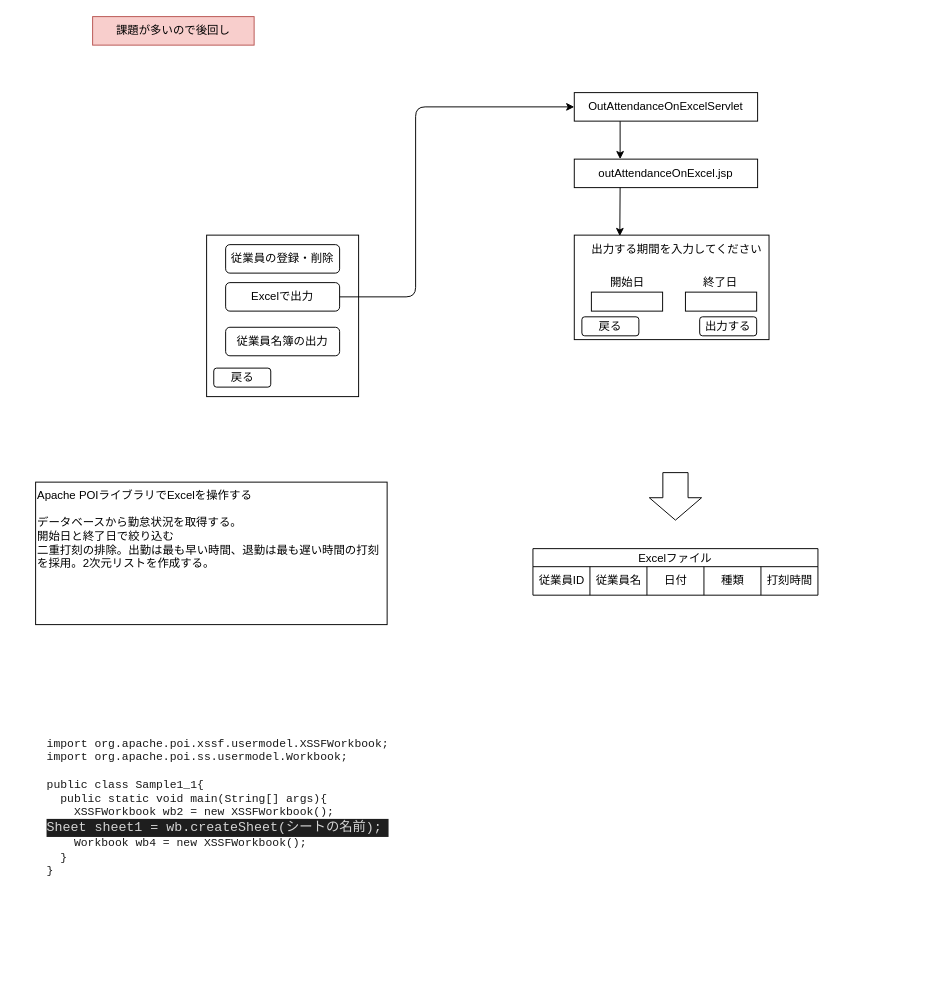
Above: page "Excel出力機能" (8 of 8) of ドキュメント/制作物案.drawio in Kura-Hiroshi/Attendance_webapp (draw.io), before the change. Source tidied: cells renumbered, new cells numbered last; positions are measured from the earlier drawing's top-left corner, leaving out a move shared by most shapes. Both pictures are drawn from the tidied source at 95%, with x=0, y=0 at pixel (35, 16).
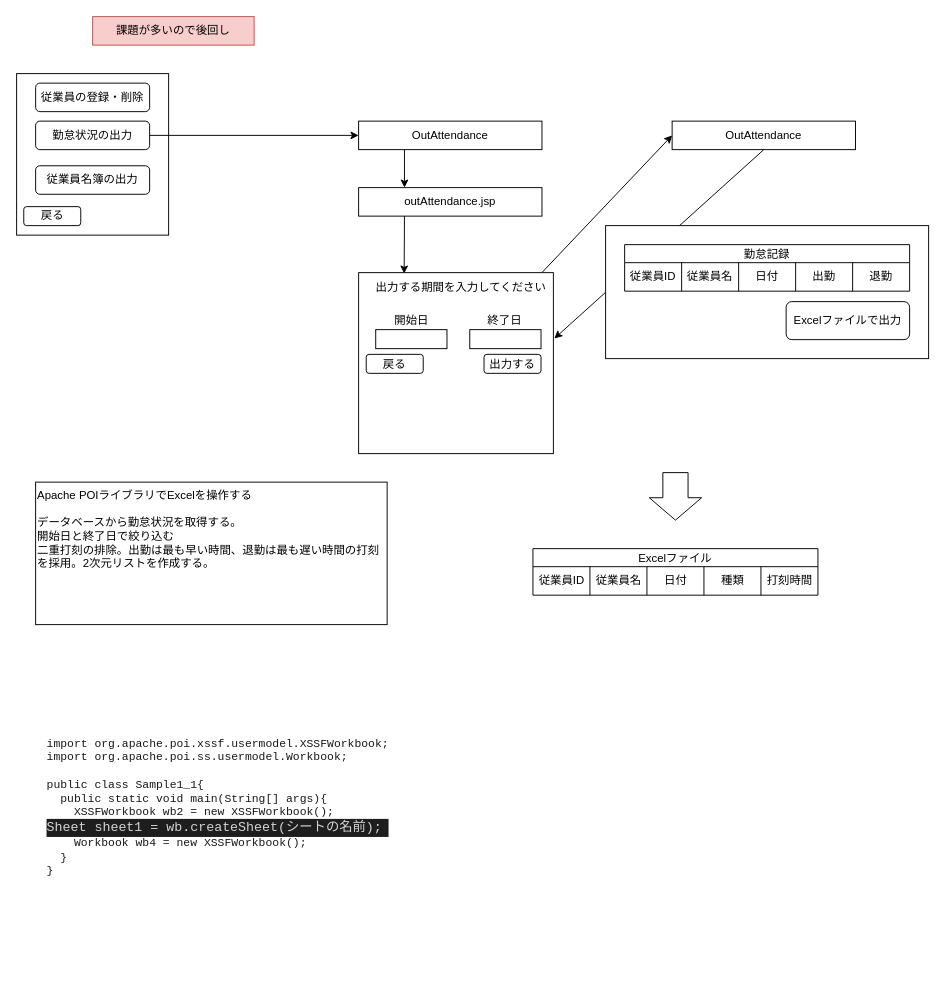
The same page after the edit.

The edit, as a diff of the source:
```diff
@@
-    <mxCell id="10" style="group;" parent="1" vertex="1">
-      <mxGeometry x="567" y="230" width="213" height="110" as="geometry" />
-    </mxCell>
-    <mxCell id="11" style="rounded=0;whiteSpace=wrap;html=1;" parent="10" vertex="1">
-      <mxGeometry width="205" height="110" as="geometry" />
-    </mxCell>
-    <mxCell id="12" value="出力する期間を入力してください" style="text;html=1;align=center;verticalAlign=middle;whiteSpace=wrap;rounded=0;" parent="10" vertex="1">
-      <mxGeometry x="3" width="210" height="30" as="geometry" />
-    </mxCell>
-    <mxCell id="13" style="rounded=0;whiteSpace=wrap;html=1;" parent="10" vertex="1">
-      <mxGeometry x="18" y="60" width="75" height="20" as="geometry" />
-    </mxCell>
-    <mxCell id="14" style="rounded=0;whiteSpace=wrap;html=1;" parent="10" vertex="1">
-      <mxGeometry x="117" y="60" width="75" height="20" as="geometry" />
-    </mxCell>
-    <mxCell id="15" value="開始日" style="text;html=1;align=center;verticalAlign=middle;whiteSpace=wrap;rounded=0;" parent="10" vertex="1">
-      <mxGeometry x="25.5" y="40" width="60" height="20" as="geometry" />
-    </mxCell>
-    <mxCell id="16" value="終了日" style="text;html=1;align=center;verticalAlign=middle;whiteSpace=wrap;rounded=0;" parent="10" vertex="1">
-      <mxGeometry x="123.5" y="40" width="60" height="20" as="geometry" />
-    </mxCell>
-    <mxCell id="17" value="出力する" style="rounded=1;whiteSpace=wrap;html=1;" parent="10" vertex="1">
-      <mxGeometry x="132" y="86" width="60" height="20" as="geometry" />
-    </mxCell>
-    <mxCell id="18" value="戻る" style="rounded=1;whiteSpace=wrap;html=1;" parent="10" vertex="1">
-      <mxGeometry x="8" y="86" width="60" height="20" as="geometry" />
-    </mxCell>
     <mxCell id="19" style="group;" parent="1" vertex="1">
-      <mxGeometry x="180" y="230" width="160" height="170" as="geometry" />
+      <mxGeometry x="-20" y="60" width="160" height="170" as="geometry" />
     </mxCell>
@@
-    <mxCell id="22" value="Excelで出力" style="rounded=1;whiteSpace=wrap;html=1;" parent="19" vertex="1">
+    <mxCell id="22" value="勤怠状況の出力" style="rounded=1;whiteSpace=wrap;html=1;" parent="19" vertex="1">
       <mxGeometry x="20" y="50" width="120" height="30" as="geometry" />
     </mxCell>
@@
-    <mxCell id="26" value="OutAttendanceOnExcelServlet" style="rounded=0;whiteSpace=wrap;html=1;" parent="1" vertex="1">
-      <mxGeometry x="567" y="80" width="193" height="30" as="geometry" />
+    <mxCell id="26" value="OutAttendance" style="rounded=0;whiteSpace=wrap;html=1;" parent="1" vertex="1">
+      <mxGeometry x="340" y="110" width="193" height="30" as="geometry" />
     </mxCell>
-    <mxCell id="27" value="outAttendanceOnExcel.jsp" style="rounded=0;whiteSpace=wrap;html=1;" parent="1" vertex="1">
-      <mxGeometry x="567" y="150" width="193" height="30" as="geometry" />
+    <mxCell id="27" value="outAttendance.jsp" style="rounded=0;whiteSpace=wrap;html=1;" parent="1" vertex="1">
+      <mxGeometry x="340" y="180" width="193" height="30" as="geometry" />
     </mxCell>
@@
-    <mxCell id="29" style="edgeStyle=none;html=1;exitX=1;exitY=0.5;exitDx=0;exitDy=0;entryX=0;entryY=0.5;entryDx=0;entryDy=0;" parent="1" edge="1" source="22" target="26">
-      <mxGeometry relative="1" as="geometry">
-        <Array as="points">
-          <mxPoint x="400" y="295" />
-          <mxPoint x="400" y="95" />
-        </Array>
-      </mxGeometry>
-    </mxCell>
@@
+    <mxCell id="29" style="edgeStyle=none;html=1;exitX=1;exitY=0.5;exitDx=0;exitDy=0;entryX=0;entryY=0.5;entryDx=0;entryDy=0;" parent="1" edge="1" source="22" target="26">
+      <mxGeometry relative="1" as="geometry" />
+    </mxCell>
+    <mxCell id="33" style="edgeStyle=none;html=1;entryX=0;entryY=0.5;entryDx=0;entryDy=0;" parent="1" edge="1" source="11" target="35">
+      <mxGeometry relative="1" as="geometry" />
+    </mxCell>
+    <mxCell id="34" style="edgeStyle=none;html=1;exitX=0.5;exitY=1;exitDx=0;exitDy=0;entryX=1.005;entryY=0.364;entryDx=0;entryDy=0;entryPerimeter=0;" parent="1" edge="1" source="35" target="11">
+      <mxGeometry relative="1" as="geometry" />
+    </mxCell>
+    <mxCell id="35" value="OutAttendance" style="rounded=0;whiteSpace=wrap;html=1;" parent="1" vertex="1">
+      <mxGeometry x="670" y="110" width="193" height="30" as="geometry" />
+    </mxCell>
+    <mxCell id="11" style="rounded=0;whiteSpace=wrap;html=1;" parent="1" vertex="1">
+      <mxGeometry x="340" y="269.5" width="205" height="190.5" as="geometry" />
+    </mxCell>
+    <mxCell id="12" value="出力する期間を入力してください" style="text;html=1;align=center;verticalAlign=middle;whiteSpace=wrap;rounded=0;" parent="1" vertex="1">
+      <mxGeometry x="343" y="269.5" width="210" height="30" as="geometry" />
+    </mxCell>
+    <mxCell id="13" style="rounded=0;whiteSpace=wrap;html=1;" parent="1" vertex="1">
+      <mxGeometry x="358" y="329.5" width="75" height="20" as="geometry" />
+    </mxCell>
+    <mxCell id="14" style="rounded=0;whiteSpace=wrap;html=1;" parent="1" vertex="1">
+      <mxGeometry x="457" y="329.5" width="75" height="20" as="geometry" />
+    </mxCell>
+    <mxCell id="15" value="開始日" style="text;html=1;align=center;verticalAlign=middle;whiteSpace=wrap;rounded=0;" parent="1" vertex="1">
+      <mxGeometry x="365.5" y="309.5" width="60" height="20" as="geometry" />
+    </mxCell>
+    <mxCell id="16" value="終了日" style="text;html=1;align=center;verticalAlign=middle;whiteSpace=wrap;rounded=0;" parent="1" vertex="1">
+      <mxGeometry x="463.5" y="309.5" width="60" height="20" as="geometry" />
+    </mxCell>
+    <mxCell id="17" value="出力する" style="rounded=1;whiteSpace=wrap;html=1;" parent="1" vertex="1">
+      <mxGeometry x="472" y="355.5" width="60" height="20" as="geometry" />
+    </mxCell>
+    <mxCell id="18" value="戻る" style="rounded=1;whiteSpace=wrap;html=1;" parent="1" vertex="1">
+      <mxGeometry x="348" y="355.5" width="60" height="20" as="geometry" />
+    </mxCell>
+    <mxCell id="36" style="group;" parent="1" vertex="1">
+      <mxGeometry x="600" y="220" width="340" height="140" as="geometry" />
+    </mxCell>
+    <mxCell id="37" style="whiteSpace=wrap;html=1;rounded=0;" parent="36" vertex="1">
+      <mxGeometry width="340" height="140" as="geometry" />
+    </mxCell>
+    <mxCell id="38" value="勤怠記録" style="shape=table;startSize=19;childLayout=tableLayout;strokeColor=default;fontSize=12;" parent="36" vertex="1">
+      <mxGeometry x="20" y="20" width="300" height="49" as="geometry" />
+    </mxCell>
+    <mxCell id="39" style="shape=tableRow;horizontal=0;startSize=0;swimlaneHead=0;swimlaneBody=0;strokeColor=inherit;top=0;left=0;bottom=0;right=0;fillColor=none;fontSize=16;" parent="38" vertex="1">
+      <mxGeometry y="19" width="300" height="30" as="geometry" />
+    </mxCell>
+    <mxCell id="40" value="従業員ID" style="shape=partialRectangle;html=1;whiteSpace=wrap;strokeColor=inherit;overflow=hidden;fillColor=none;top=0;left=0;bottom=0;right=0;fontSize=12;" parent="39" vertex="1">
+      <mxGeometry width="60" height="30" as="geometry" />
+    </mxCell>
+    <mxCell id="41" value="従業員名" style="shape=partialRectangle;html=1;whiteSpace=wrap;strokeColor=inherit;overflow=hidden;fillColor=none;top=0;left=0;bottom=0;right=0;fontSize=12;" parent="39" vertex="1">
+      <mxGeometry x="60" width="60" height="30" as="geometry" />
+    </mxCell>
+    <mxCell id="42" value="日付" style="shape=partialRectangle;html=1;whiteSpace=wrap;strokeColor=inherit;overflow=hidden;fillColor=none;top=0;left=0;bottom=0;right=0;fontSize=12;" parent="39" vertex="1">
+      <mxGeometry x="120" width="60" height="30" as="geometry" />
+    </mxCell>
+    <mxCell id="43" value="出勤" style="shape=partialRectangle;html=1;whiteSpace=wrap;strokeColor=inherit;overflow=hidden;fillColor=none;top=0;left=0;bottom=0;right=0;fontSize=12;" parent="39" vertex="1">
+      <mxGeometry x="180" width="60" height="30" as="geometry" />
+    </mxCell>
+    <mxCell id="44" value="退勤" style="shape=partialRectangle;html=1;whiteSpace=wrap;strokeColor=inherit;overflow=hidden;fillColor=none;top=0;left=0;bottom=0;right=0;fontSize=12;" parent="39" vertex="1">
+      <mxGeometry x="240" width="60" height="30" as="geometry" />
+    </mxCell>
+    <mxCell id="45" value="Excelファイルで出力" style="rounded=1;whiteSpace=wrap;html=1;" parent="36" vertex="1">
+      <mxGeometry x="190" y="80" width="130" height="40" as="geometry" />
+    </mxCell>
```
